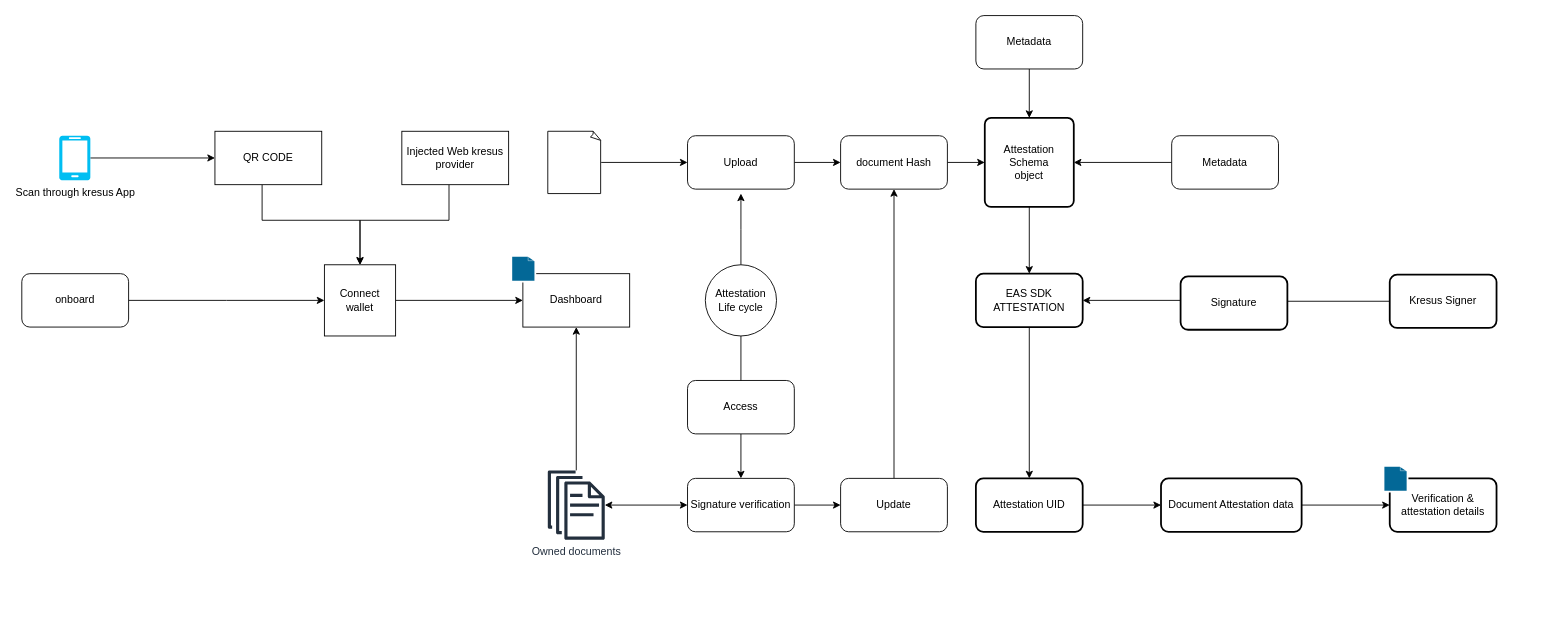
Earlier version of the draw.io diagram KPMGuserjourney.drawio (ali-05-ahmed/Concept-Diagrams). Source tidied: cells renumbered, new cells numbered last; positions are measured from the earlier drawing's top-left corner, leaving out a move shared by most shapes. Both pictures are drawn from the tidied source at 89%, with x=0, y=0 at pixel (21, 15).
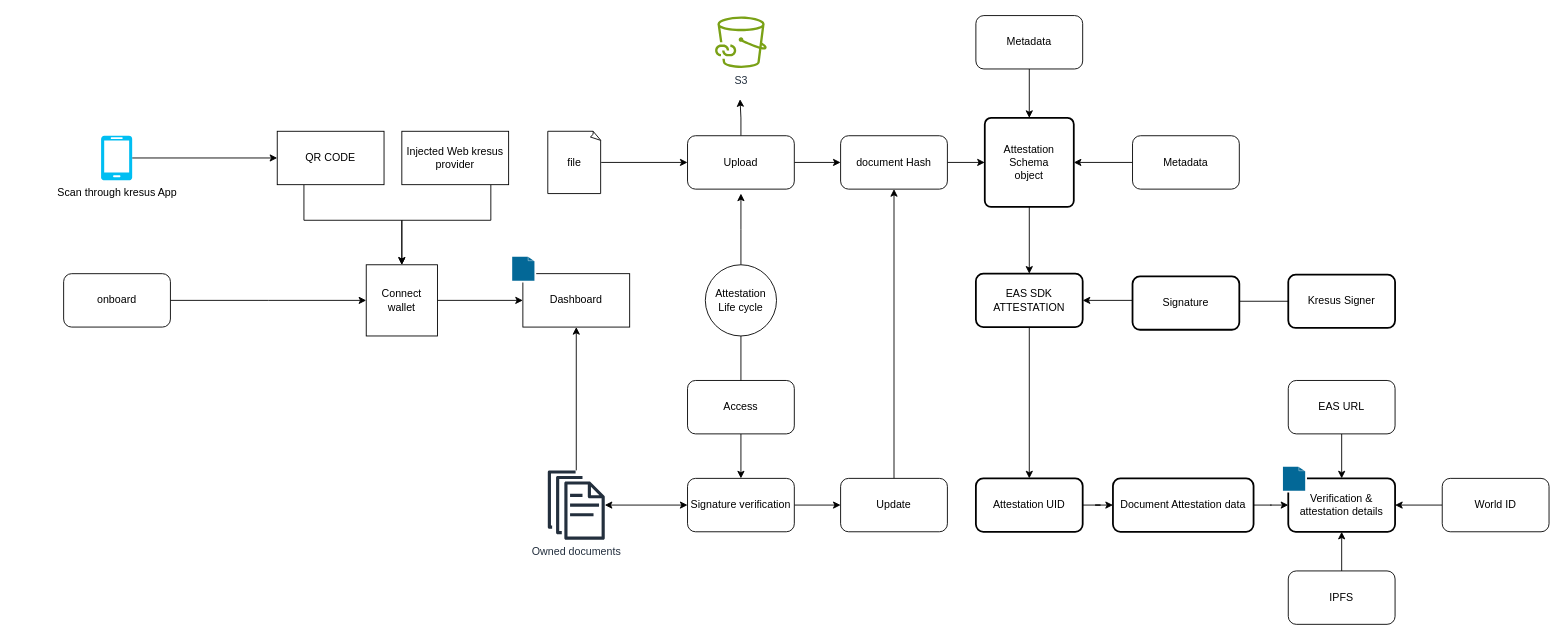
After the change.

Unchanged cells that the change refers to:
```xml
<mxCell id="9" value="Injected Web kresus provider" style="rounded=0;whiteSpace=wrap;html=1;" parent="1" vertex="1">
  <mxGeometry x="427" y="130" width="120" height="60" as="geometry" />
</mxCell>
<mxCell id="19" value="Upload" style="rounded=1;whiteSpace=wrap;html=1;" parent="1" vertex="1">
  <mxGeometry x="748" y="135" width="120" height="60" as="geometry" />
</mxCell>
```

Diff of the diagram source:
```diff
@@
     <mxCell id="2" style="edgeStyle=orthogonalEdgeStyle;rounded=0;jettySize=auto;html=1;" parent="1" edge="1" source="3">
       <mxGeometry relative="1" as="geometry">
-        <mxPoint x="340" y="320" as="targetPoint" />
+        <mxPoint x="387" y="320" as="targetPoint" />
       </mxGeometry>
     </mxCell>
     <mxCell id="3" value="onboard" style="rounded=1;whiteSpace=wrap;html=1;" parent="1" vertex="1">
-      <mxGeometry y="290" width="120" height="60" as="geometry" />
+      <mxGeometry x="47" y="290" width="120" height="60" as="geometry" />
     </mxCell>
@@
     <mxCell id="5" value="Connect wallet" style="whiteSpace=wrap;html=1;" parent="1" vertex="1">
-      <mxGeometry x="340" y="280" width="80" height="80" as="geometry" />
+      <mxGeometry x="387" y="280" width="80" height="80" as="geometry" />
     </mxCell>
     <mxCell id="6" style="edgeStyle=orthogonalEdgeStyle;rounded=0;jettySize=auto;html=1;entryX=0.5;entryY=0;entryDx=0;entryDy=0;" parent="1" edge="1" source="7" target="5">
       <mxGeometry relative="1" as="geometry">
         <Array as="points">
-          <mxPoint x="270" y="230" />
-          <mxPoint x="380" y="230" />
+          <mxPoint x="317" y="230" />
+          <mxPoint x="427" y="230" />
         </Array>
       </mxGeometry>
     </mxCell>
     <mxCell id="7" value="QR CODE" style="rounded=0;whiteSpace=wrap;html=1;" parent="1" vertex="1">
-      <mxGeometry x="217" y="130" width="120" height="60" as="geometry" />
+      <mxGeometry x="287" y="130" width="120" height="60" as="geometry" />
     </mxCell>
     <mxCell id="8" style="edgeStyle=orthogonalEdgeStyle;rounded=0;jettySize=auto;html=1;" parent="1" edge="1" source="9" target="5">
       <mxGeometry relative="1" as="geometry">
         <Array as="points">
-          <mxPoint x="480" y="230" />
-          <mxPoint x="380" y="230" />
+          <mxPoint x="527" y="230" />
+          <mxPoint x="427" y="230" />
         </Array>
       </mxGeometry>
     </mxCell>
@@
     <mxCell id="11" value="Scan through kresus App" style="verticalLabelPosition=bottom;html=1;verticalAlign=top;align=center;strokeColor=none;fillColor=#00BEF2;shape=mxgraph.azure.mobile;" parent="1" vertex="1">
-      <mxGeometry x="42" y="135" width="35" height="50" as="geometry" />
+      <mxGeometry x="89" y="135" width="35" height="50" as="geometry" />
     </mxCell>
@@
+    <mxCell id="48" style="edgeStyle=orthogonalEdgeStyle;rounded=0;jettySize=auto;html=1;" parent="1" edge="1" source="19">
+      <mxGeometry relative="1" as="geometry">
+        <mxPoint x="807" y="94" as="targetPoint" />
+      </mxGeometry>
+    </mxCell>
@@
-    <mxCell id="27" style="whiteSpace=wrap;html=1;shape=mxgraph.basic.document;" parent="1" vertex="1">
+    <mxCell id="27" value="file" style="whiteSpace=wrap;html=1;shape=mxgraph.basic.document;" parent="1" vertex="1">
       <mxGeometry x="591" y="130" width="60" height="70" as="geometry" />
     </mxCell>
@@
     <mxCell id="35" value="Metadata" style="rounded=1;whiteSpace=wrap;html=1;" parent="1" vertex="1">
-      <mxGeometry x="1292" y="135" width="120" height="60" as="geometry" />
+      <mxGeometry x="1248" y="135" width="120" height="60" as="geometry" />
     </mxCell>
@@
     <mxCell id="39" value="Kresus Signer" style="rounded=1;whiteSpace=wrap;html=1;arcSize=14;strokeWidth=2;" parent="1" vertex="1">
-      <mxGeometry x="1537" y="291" width="120" height="60" as="geometry" />
+      <mxGeometry x="1423" y="291" width="120" height="60" as="geometry" />
     </mxCell>
@@
     <mxCell id="44" value="Document Attestation data" style="rounded=1;whiteSpace=wrap;html=1;arcSize=14;strokeWidth=2;" parent="1" vertex="1">
-      <mxGeometry x="1280" y="520" width="158" height="60" as="geometry" />
+      <mxGeometry x="1226" y="520" width="158" height="60" as="geometry" />
     </mxCell>
     <mxCell id="45" value="Verification &amp;amp; attestation details" style="whiteSpace=wrap;html=1;rounded=1;arcSize=14;strokeWidth=2;" parent="1" vertex="1">
-      <mxGeometry x="1537" y="520" width="120" height="60" as="geometry" />
+      <mxGeometry x="1423" y="520" width="120" height="60" as="geometry" />
     </mxCell>
     <mxCell id="46" style="shape=mxgraph.cisco.misc.page_icon;html=1;dashed=0;fillColor=#036897;strokeColor=#ffffff;strokeWidth=2;verticalLabelPosition=bottom;verticalAlign=top;align=center;" parent="1" vertex="1">
-      <mxGeometry x="1530" y="506" width="27" height="29" as="geometry" />
+      <mxGeometry x="1416" y="506" width="27" height="29" as="geometry" />
     </mxCell>
     <mxCell id="47" value="Signature" style="rounded=1;whiteSpace=wrap;html=1;arcSize=14;strokeWidth=2;" parent="1" vertex="1">
-      <mxGeometry x="1302" y="293" width="120" height="60" as="geometry" />
+      <mxGeometry x="1248" y="293" width="120" height="60" as="geometry" />
     </mxCell>
+    <mxCell id="49" style="edgeStyle=orthogonalEdgeStyle;rounded=0;jettySize=auto;html=1;" parent="1" edge="1" source="50" target="45">
+      <mxGeometry relative="1" as="geometry" />
+    </mxCell>
+    <mxCell id="50" value="EAS URL" style="rounded=1;whiteSpace=wrap;html=1;" parent="1" vertex="1">
+      <mxGeometry x="1423" y="410" width="120" height="60" as="geometry" />
+    </mxCell>
+    <mxCell id="51" style="edgeStyle=orthogonalEdgeStyle;rounded=0;jettySize=auto;html=1;" parent="1" edge="1" source="52" target="45">
+      <mxGeometry relative="1" as="geometry" />
+    </mxCell>
+    <mxCell id="52" value="World ID" style="rounded=1;whiteSpace=wrap;html=1;" parent="1" vertex="1">
+      <mxGeometry x="1596" y="520" width="120" height="60" as="geometry" />
+    </mxCell>
+    <mxCell id="53" style="edgeStyle=orthogonalEdgeStyle;rounded=0;jettySize=auto;html=1;" parent="1" edge="1" source="54" target="45">
+      <mxGeometry relative="1" as="geometry" />
+    </mxCell>
+    <mxCell id="54" value="IPFS" style="rounded=1;whiteSpace=wrap;html=1;" parent="1" vertex="1">
+      <mxGeometry x="1423" y="624" width="120" height="60" as="geometry" />
+    </mxCell>
+    <mxCell id="55" value="S3" style="sketch=0;fontColor=#232F3E;gradientColor=none;fillColor=#7AA116;strokeColor=none;dashed=0;verticalLabelPosition=bottom;verticalAlign=top;align=center;html=1;fontSize=12;fontStyle=0;shape=mxgraph.aws4.file_cache_s3_linked_datasets;" parent="1" vertex="1">
+      <mxGeometry x="779" y="1" width="58" height="58" as="geometry" />
+    </mxCell>
```
